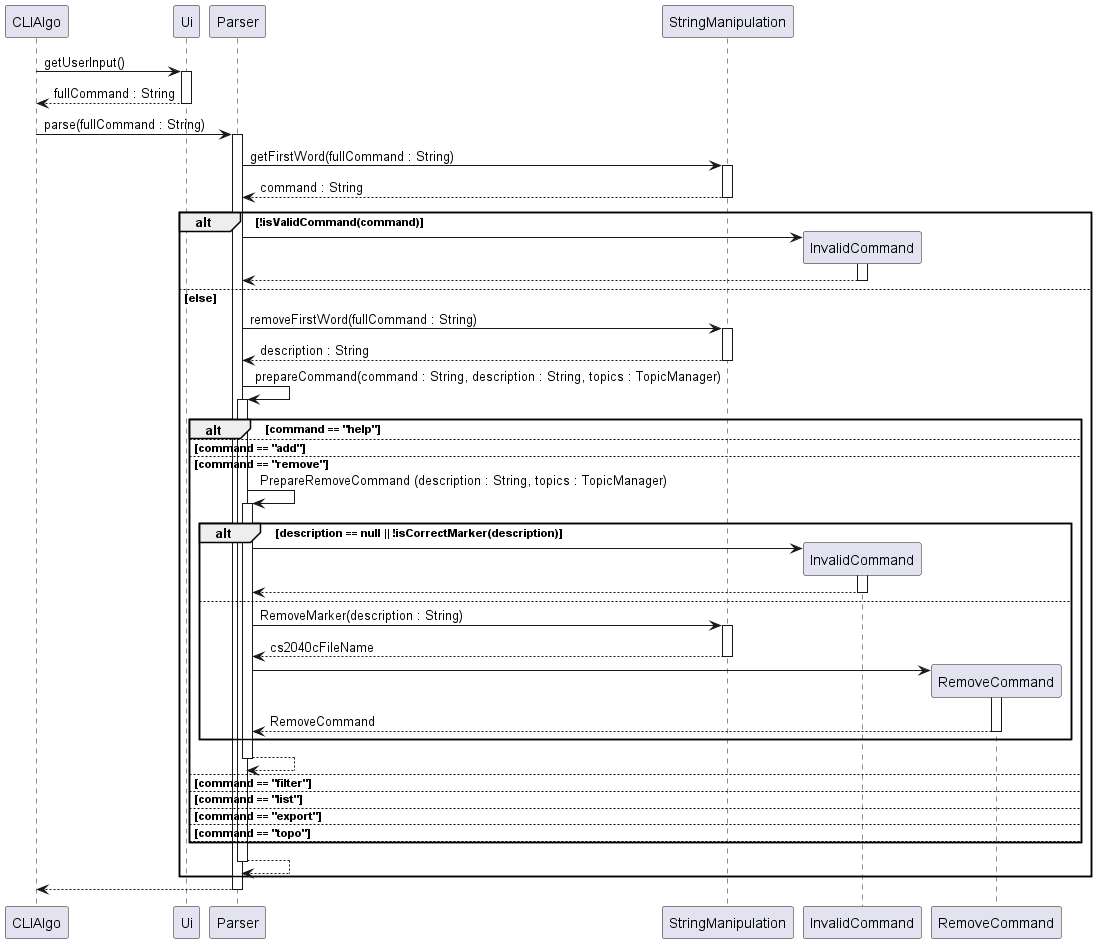
Above: docs/sequence-diagrams/diagrams/Parser.png in ong-ck/tp (PlantUML), before the change.
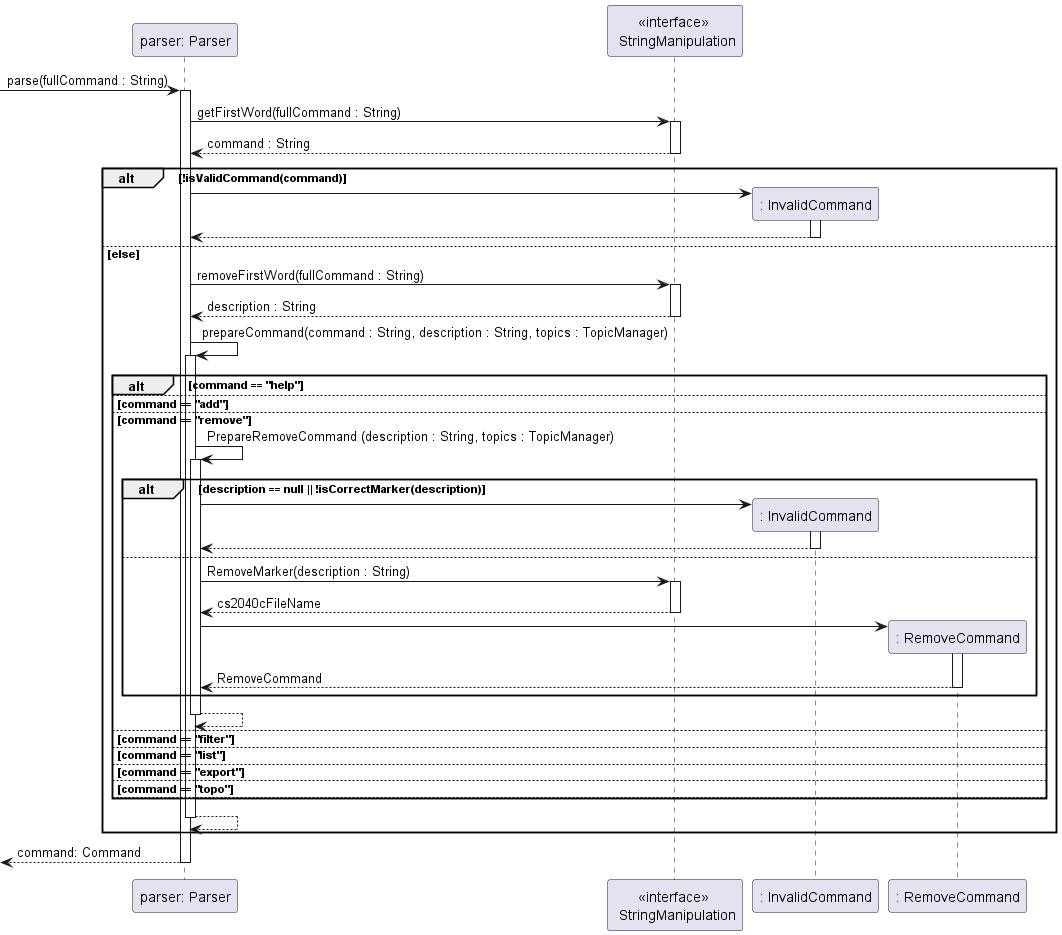
After the commit.

Change to the diagram source:
```diff
@@ -1,9 +1,10 @@
 @startuml
-CLIAlgo -> Ui : getUserInput()
-activate Ui
-return fullCommand : String
+participant "parser: Parser" as Parser
+participant "<<interface>> \n StringManipulation" as StringManipulation
+participant ": InvalidCommand" as InvalidCommand
+participant ": RemoveCommand" as RemoveCommand
 
-CLIAlgo -> Parser : parse(fullCommand : String)
+-> Parser : parse(fullCommand : String)
 activate Parser
     Parser -> StringManipulation : getFirstWord(fullCommand : String)
     activate StringManipulation
@@ -47,6 +48,6 @@
             end
         return
     end
-return
+return command: Command
 
 @enduml
```
